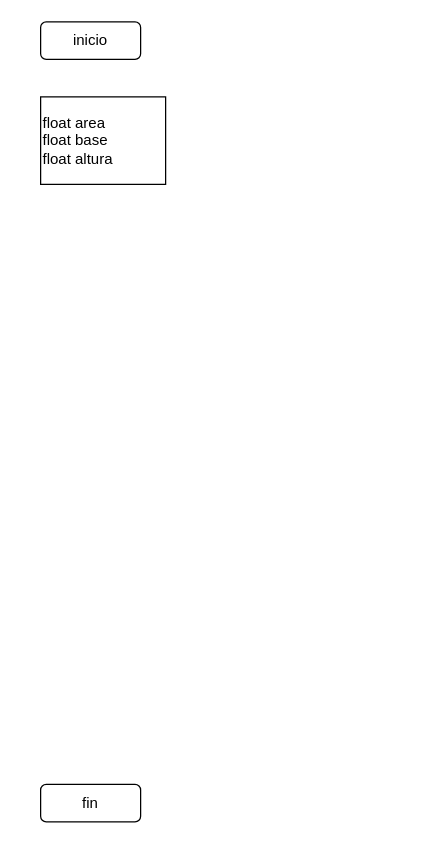
This is page "tarea-3" (13 of 13) of ejercicios.drawio from edgarcaballeroh/edgarcaballeroh, a draw.io file, before an edit. Source tidied: cells renumbered, new cells numbered last; positions are measured from the earlier drawing's top-left corner, leaving out a move shared by most shapes. Both pictures are drawn from the tidied source at 125%, with x=0, y=0 at pixel (40, 21).
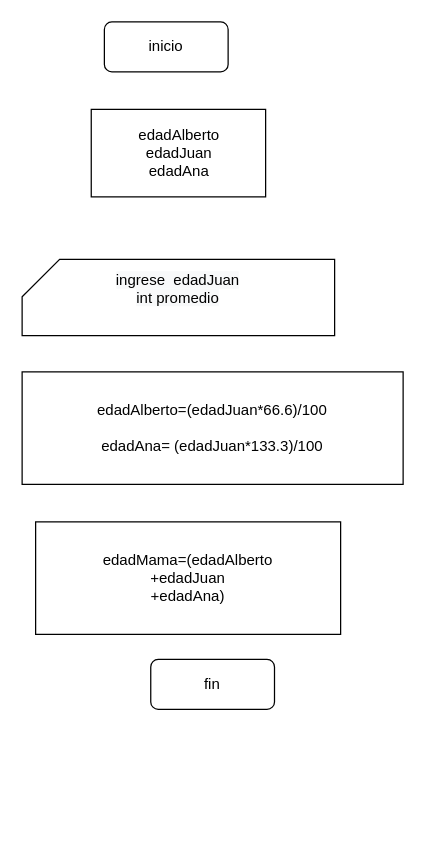
The same diagram, later.

The edit, as a diff of the source:
```diff
@@
 <mxGraphModel>
   <root>
     <mxCell id="0" />
     <mxCell id="1" parent="0" />
     <mxCell id="2" value="inicio" style="rounded=1;whiteSpace=wrap;html=1;" parent="1" vertex="1">
-      <mxGeometry width="80" height="30" as="geometry" />
+      <mxGeometry x="51" width="99" height="40" as="geometry" />
     </mxCell>
+    <mxCell id="5" value="&lt;br&gt;&lt;br&gt;&lt;span style=&quot;color: rgb(0 , 0 , 0) ; font-family: &amp;#34;helvetica&amp;#34; ; font-size: 12px ; font-style: normal ; font-weight: 400 ; letter-spacing: normal ; text-align: center ; text-indent: 0px ; text-transform: none ; word-spacing: 0px ; background-color: rgb(248 , 249 , 250) ; display: inline ; float: none&quot;&gt;ingrese&amp;nbsp; edadJuan&lt;/span&gt;&lt;br style=&quot;color: rgb(0 , 0 , 0) ; font-family: &amp;#34;helvetica&amp;#34; ; font-size: 12px ; font-style: normal ; font-weight: 400 ; letter-spacing: normal ; text-align: center ; text-indent: 0px ; text-transform: none ; word-spacing: 0px ; background-color: rgb(248 , 249 , 250)&quot;&gt;&lt;span style=&quot;color: rgb(0 , 0 , 0) ; font-family: &amp;#34;helvetica&amp;#34; ; font-size: 12px ; font-style: normal ; font-weight: 400 ; letter-spacing: normal ; text-align: center ; text-indent: 0px ; text-transform: none ; word-spacing: 0px ; background-color: rgb(248 , 249 , 250) ; display: inline ; float: none&quot;&gt;int promedio&lt;br&gt;&lt;br&gt;&lt;br&gt;&lt;br&gt;&lt;/span&gt;" style="shape=card;whiteSpace=wrap;html=1;" parent="1" vertex="1">
+      <mxGeometry x="-14.8" y="190" width="250" height="61" as="geometry" />
+    </mxCell>
+    <mxCell id="6" value="edadAlberto&lt;br&gt;edadJuan&lt;br&gt;edadAna" style="rounded=0;whiteSpace=wrap;html=1;" parent="1" vertex="1">
+      <mxGeometry x="40.5" y="70" width="139.5" height="70" as="geometry" />
+    </mxCell>
+    <mxCell id="7" value="edadAlberto=(edadJuan*66.6)/100&lt;br&gt;&lt;br&gt;edadAna= (edadJuan*133.3)/100" style="rounded=0;whiteSpace=wrap;html=1;" parent="1" vertex="1">
+      <mxGeometry x="-14.8" y="280" width="304.8" height="90" as="geometry" />
+    </mxCell>
+    <mxCell id="8" value="edadMama=(edadAlberto&lt;br&gt;+edadJuan&lt;br&gt;+edadAna)" style="rounded=0;whiteSpace=wrap;html=1;" parent="1" vertex="1">
+      <mxGeometry x="-4" y="400" width="244" height="90" as="geometry" />
+    </mxCell>
     <mxCell id="3" value="fin" style="rounded=1;whiteSpace=wrap;html=1;" parent="1" vertex="1">
-      <mxGeometry y="610" width="80" height="30" as="geometry" />
+      <mxGeometry x="88.1" y="510" width="99" height="40" as="geometry" />
     </mxCell>
-    <mxCell id="4" value="float area&lt;br&gt;float base&lt;br&gt;float altura" style="rounded=0;whiteSpace=wrap;html=1;align=left;" parent="1" vertex="1">
-      <mxGeometry y="60" width="100" height="70" as="geometry" />
-    </mxCell>
   </root>
 </mxGraphModel>
```
